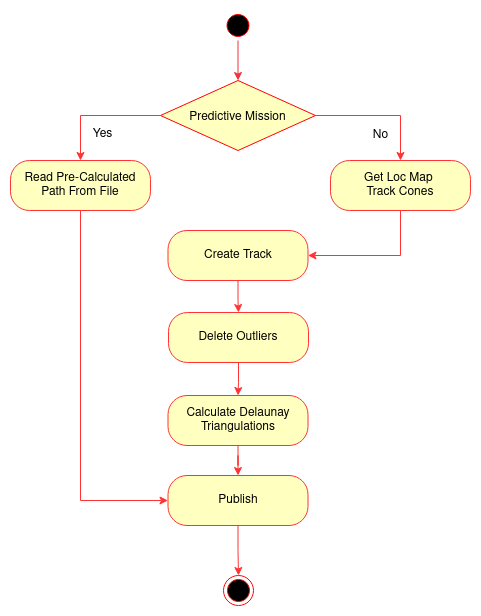
Before: docs/assets/Planning/ActivityDiagram.png, a diagram exported from draw.io (fs-feup/autonomous-systems). Source tidied: cells renumbered, new cells last; positions are measured from the earlier drawing's top-left corner, leaving out a move shared by most shapes.
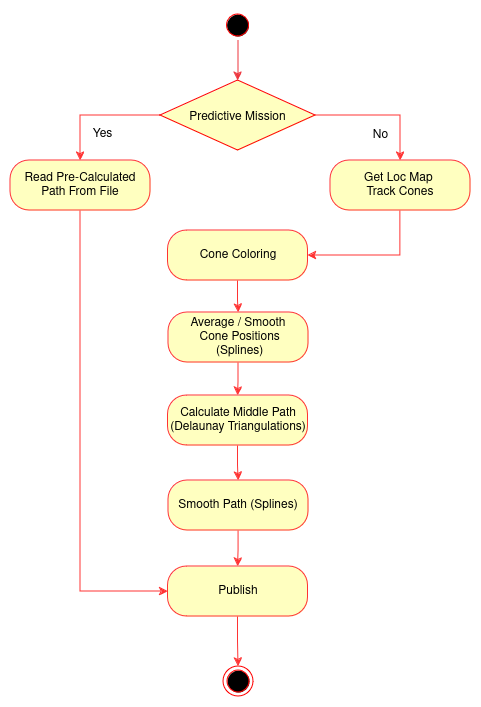
The same file after the commit.

Diff of the diagram source:
```diff
@@ -38,29 +38,35 @@
     <mxCell id="13" style="edgeStyle=orthogonalEdgeStyle;rounded=0;jettySize=auto;html=1;strokeColor=#FF3333;entryX=0.5;entryY=0;entryDx=0;entryDy=0;" parent="1" edge="1" source="14" target="21">
       <mxGeometry relative="1" as="geometry" />
     </mxCell>
-    <mxCell id="14" value="Create Track" style="rounded=1;whiteSpace=wrap;html=1;fillColor=#FFFFC0;strokeColor=#FF3333;perimeterSpacing=0;arcSize=38;" parent="1" vertex="1">
+    <mxCell id="14" value="Cone Coloring" style="rounded=1;whiteSpace=wrap;html=1;fillColor=#FFFFC0;strokeColor=#FF3333;perimeterSpacing=0;arcSize=38;" parent="1" vertex="1">
       <mxGeometry x="157.5" y="220" width="140" height="50" as="geometry" />
     </mxCell>
-    <mxCell id="15" style="edgeStyle=orthogonalEdgeStyle;rounded=0;jettySize=auto;html=1;entryX=0.5;entryY=0;entryDx=0;entryDy=0;strokeColor=#FF3333;" parent="1" edge="1" source="16" target="18">
+    <mxCell id="15" style="edgeStyle=orthogonalEdgeStyle;rounded=0;jettySize=auto;html=1;entryX=0.5;entryY=0;entryDx=0;entryDy=0;strokeColor=#FF3333;" parent="1" edge="1" source="16" target="23">
       <mxGeometry relative="1" as="geometry" />
     </mxCell>
-    <mxCell id="16" value="Calculate Delaunay Triangulations" style="rounded=1;whiteSpace=wrap;html=1;fillColor=#FFFFC0;strokeColor=#FF3333;perimeterSpacing=0;arcSize=38;" parent="1" vertex="1">
+    <mxCell id="16" value="Calculate Middle Path (Delaunay Triangulations)" style="rounded=1;whiteSpace=wrap;html=1;fillColor=#FFFFC0;strokeColor=#FF3333;perimeterSpacing=0;arcSize=38;" parent="1" vertex="1">
       <mxGeometry x="157.5" y="385" width="140" height="50" as="geometry" />
     </mxCell>
     <mxCell id="17" style="edgeStyle=orthogonalEdgeStyle;rounded=0;jettySize=auto;html=1;strokeColor=#FF3333;" parent="1" edge="1" source="18" target="19">
       <mxGeometry relative="1" as="geometry" />
     </mxCell>
     <mxCell id="18" value="Publish" style="rounded=1;whiteSpace=wrap;html=1;fillColor=#FFFFC0;strokeColor=#FF3333;perimeterSpacing=0;arcSize=38;" parent="1" vertex="1">
-      <mxGeometry x="157.5" y="465" width="140" height="50" as="geometry" />
+      <mxGeometry x="157.5" y="556" width="140" height="50" as="geometry" />
     </mxCell>
     <mxCell id="19" style="ellipse;html=1;shape=endState;fillColor=#000000;strokeColor=#ff0000;" parent="1" vertex="1">
-      <mxGeometry x="213" y="565" width="30" height="30" as="geometry" />
+      <mxGeometry x="213" y="656" width="30" height="30" as="geometry" />
     </mxCell>
     <mxCell id="20" style="edgeStyle=orthogonalEdgeStyle;rounded=0;jettySize=auto;html=1;entryX=0.5;entryY=0;entryDx=0;entryDy=0;strokeColor=#FF3333;" parent="1" edge="1" source="21" target="16">
       <mxGeometry relative="1" as="geometry" />
     </mxCell>
-    <mxCell id="21" value="Delete Outliers" style="rounded=1;whiteSpace=wrap;html=1;fillColor=#FFFFC0;strokeColor=#FF3333;perimeterSpacing=0;arcSize=38;" parent="1" vertex="1">
+    <mxCell id="21" value="&lt;div&gt;Average / Smooth&lt;/div&gt;&lt;div&gt;&amp;nbsp;Cone Positions&lt;/div&gt;&amp;nbsp;(Splines)" style="rounded=1;whiteSpace=wrap;html=1;fillColor=#FFFFC0;strokeColor=#FF3333;perimeterSpacing=0;arcSize=38;" parent="1" vertex="1">
       <mxGeometry x="158" y="302" width="140" height="50" as="geometry" />
     </mxCell>
+    <mxCell id="22" style="edgeStyle=orthogonalEdgeStyle;rounded=0;jettySize=auto;html=1;entryX=0.5;entryY=0;entryDx=0;entryDy=0;strokeColor=#FF3333;" parent="1" edge="1" source="23" target="18">
+      <mxGeometry relative="1" as="geometry" />
+    </mxCell>
+    <mxCell id="23" value="Smooth Path (Splines)" style="rounded=1;whiteSpace=wrap;html=1;fillColor=#FFFFC0;strokeColor=#FF3333;perimeterSpacing=0;arcSize=38;" parent="1" vertex="1">
+      <mxGeometry x="158" y="470" width="140" height="50" as="geometry" />
+    </mxCell>
   </root>
 </mxGraphModel>
```
